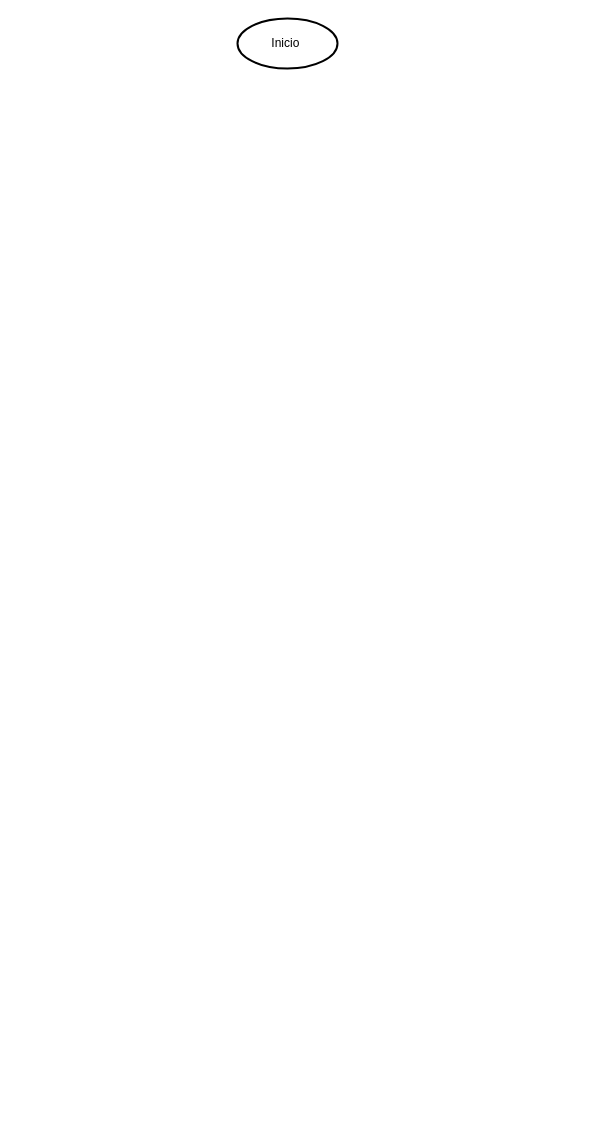
EllenNKulka/exerc-ciosCasoDeUso keeps this draw.io diagram as Projeto Aguia.drawio. Above is the earlier version. Source tidied: cells renumbered, new cells numbered last; positions are measured from the earlier drawing's top-left corner, leaving out a move shared by most shapes. Both pictures are drawn from the tidied source at 100%, with x=0, y=0 at pixel (237, 18).
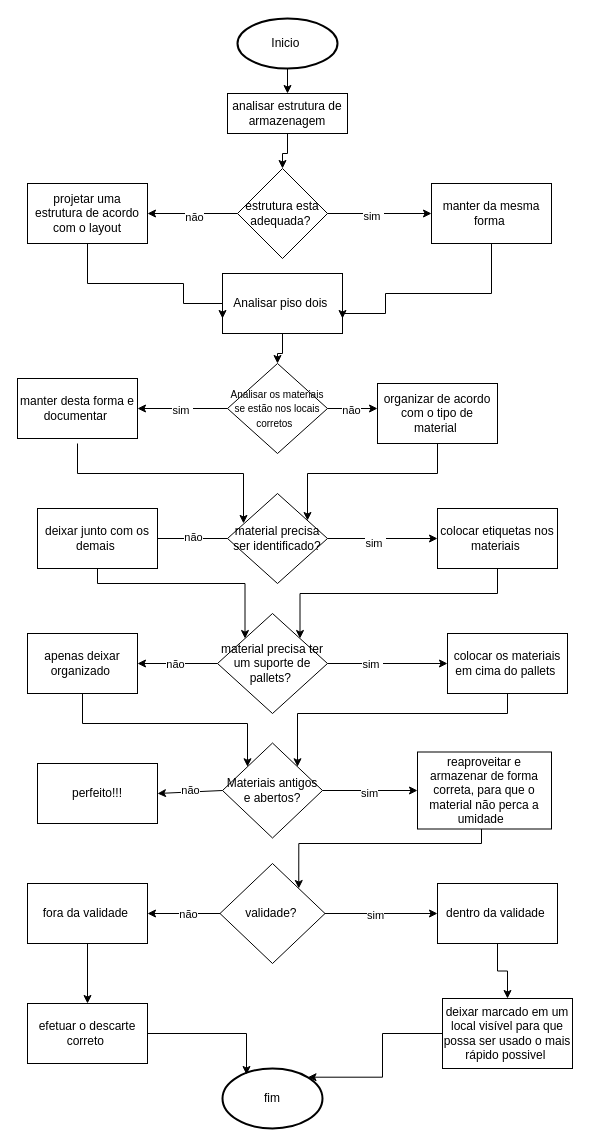
The same page after the edit.

Unchanged cells that the change refers to:
```xml
<mxCell id="2" value="Inicio&amp;nbsp;" style="strokeWidth=2;html=1;shape=mxgraph.flowchart.start_1;whiteSpace=wrap;" parent="1" vertex="1">
  <mxGeometry width="100" height="50" as="geometry" />
</mxCell>
```

What changed in the source:
```diff
@@
+    <mxCell id="3" style="edgeStyle=orthogonalEdgeStyle;rounded=0;jettySize=auto;html=1;entryX=0.5;entryY=0;entryDx=0;entryDy=0;" parent="1" edge="1" source="2" target="56">
+      <mxGeometry relative="1" as="geometry" />
+    </mxCell>
@@
+    <mxCell id="4" style="edgeStyle=orthogonalEdgeStyle;rounded=0;jettySize=auto;html=1;entryX=0.5;entryY=0;entryDx=0;entryDy=0;" parent="1" edge="1" source="5" target="6">
+      <mxGeometry relative="1" as="geometry" />
+    </mxCell>
+    <mxCell id="5" value="Analisar piso dois&amp;nbsp;" style="rounded=0;whiteSpace=wrap;html=1;" parent="1" vertex="1">
+      <mxGeometry x="-15" y="255" width="120" height="60" as="geometry" />
+    </mxCell>
+    <mxCell id="6" value="&lt;font style=&quot;font-size: 10px;&quot;&gt;Analisar os materiais se estão nos locais corretos&amp;nbsp;&amp;nbsp;&lt;/font&gt;" style="rhombus;whiteSpace=wrap;html=1;" parent="1" vertex="1">
+      <mxGeometry x="-10" y="345" width="100" height="90" as="geometry" />
+    </mxCell>
+    <mxCell id="7" style="endArrow=classic;html=1;rounded=0;" parent="1" edge="1" source="6">
+      <mxGeometry relative="1" as="geometry">
+        <mxPoint x="140" y="390" as="targetPoint" />
+      </mxGeometry>
+    </mxCell>
+    <mxCell id="8" value="não" style="edgeLabel;html=1;align=center;verticalAlign=middle;" parent="7" vertex="1">
+      <mxGeometry x="-0.09" y="-1" relative="1" as="geometry" />
+    </mxCell>
+    <mxCell id="9" style="endArrow=classic;html=1;rounded=0;exitX=0;exitY=0.5;exitDx=0;exitDy=0;entryX=1;entryY=0.5;entryDx=0;entryDy=0;" parent="1" edge="1" source="6" target="13">
+      <mxGeometry relative="1" as="geometry" />
+    </mxCell>
+    <mxCell id="10" value="sim&amp;nbsp;" style="edgeLabel;html=1;align=center;verticalAlign=middle;" parent="9" vertex="1">
+      <mxGeometry x="0.02" y="1" relative="1" as="geometry" />
+    </mxCell>
+    <mxCell id="11" style="edgeStyle=orthogonalEdgeStyle;rounded=0;jettySize=auto;html=1;" parent="1" edge="1" source="12" target="23">
+      <mxGeometry relative="1" as="geometry">
+        <Array as="points">
+          <mxPoint x="200" y="455" />
+          <mxPoint x="70" y="455" />
+        </Array>
+      </mxGeometry>
+    </mxCell>
+    <mxCell id="12" value="organizar de acordo com o tipo de material&amp;nbsp;" style="rounded=0;whiteSpace=wrap;html=1;" parent="1" vertex="1">
+      <mxGeometry x="140" y="365" width="120" height="60" as="geometry" />
+    </mxCell>
+    <mxCell id="13" value="manter desta forma e documentar&amp;nbsp;" style="rounded=0;whiteSpace=wrap;html=1;" parent="1" vertex="1">
+      <mxGeometry x="-220" y="360" width="120" height="60" as="geometry" />
+    </mxCell>
+    <mxCell id="14" value="material precisa ter um suporte de pallets?&amp;nbsp;" style="rhombus;whiteSpace=wrap;html=1;" parent="1" vertex="1">
+      <mxGeometry x="-20" y="595" width="110" height="100" as="geometry" />
+    </mxCell>
+    <mxCell id="15" style="endArrow=classic;html=1;rounded=0;exitX=1;exitY=0.5;exitDx=0;exitDy=0;entryX=0;entryY=0.5;entryDx=0;entryDy=0;" parent="1" edge="1" source="14" target="22">
+      <mxGeometry relative="1" as="geometry" />
+    </mxCell>
+    <mxCell id="16" value="sim&amp;nbsp;" style="edgeLabel;html=1;align=center;verticalAlign=middle;" parent="15" vertex="1">
+      <mxGeometry x="-0.26" relative="1" as="geometry" />
+    </mxCell>
+    <mxCell id="17" style="endArrow=classic;html=1;rounded=0;entryX=1;entryY=0.5;entryDx=0;entryDy=0;exitX=0;exitY=0.5;exitDx=0;exitDy=0;" parent="1" edge="1" source="14" target="20">
+      <mxGeometry relative="1" as="geometry" />
+    </mxCell>
+    <mxCell id="18" value="não" style="edgeLabel;html=1;align=center;verticalAlign=middle;" parent="17" vertex="1">
+      <mxGeometry x="0.08" y="5" relative="1" as="geometry">
+        <mxPoint y="-5" as="offset" />
+      </mxGeometry>
+    </mxCell>
+    <mxCell id="19" style="edgeStyle=orthogonalEdgeStyle;rounded=0;jettySize=auto;html=1;entryX=0;entryY=0;entryDx=0;entryDy=0;" parent="1" edge="1" source="20" target="33">
+      <mxGeometry relative="1" as="geometry">
+        <Array as="points">
+          <mxPoint x="-155" y="705" />
+          <mxPoint x="10" y="705" />
+        </Array>
+      </mxGeometry>
+    </mxCell>
+    <mxCell id="20" value="apenas deixar organizado&amp;nbsp;" style="rounded=0;whiteSpace=wrap;html=1;" parent="1" vertex="1">
+      <mxGeometry x="-210" y="615" width="110" height="60" as="geometry" />
+    </mxCell>
+    <mxCell id="21" style="edgeStyle=orthogonalEdgeStyle;rounded=0;jettySize=auto;html=1;entryX=1;entryY=0;entryDx=0;entryDy=0;" parent="1" edge="1" source="22" target="33">
+      <mxGeometry relative="1" as="geometry">
+        <Array as="points">
+          <mxPoint x="270" y="695" />
+          <mxPoint x="60" y="695" />
+        </Array>
+      </mxGeometry>
+    </mxCell>
+    <mxCell id="22" value="colocar os materiais em cima do pallets&amp;nbsp;" style="rounded=0;whiteSpace=wrap;html=1;" parent="1" vertex="1">
+      <mxGeometry x="210" y="615" width="120" height="60" as="geometry" />
+    </mxCell>
+    <mxCell id="23" value="material precisa ser identificado?" style="rhombus;whiteSpace=wrap;html=1;" parent="1" vertex="1">
+      <mxGeometry x="-10" y="475" width="100" height="90" as="geometry" />
+    </mxCell>
+    <mxCell id="24" style="edgeStyle=orthogonalEdgeStyle;rounded=0;jettySize=auto;html=1;entryX=0.16;entryY=0.333;entryDx=0;entryDy=0;entryPerimeter=0;" parent="1" edge="1" target="23">
+      <mxGeometry relative="1" as="geometry">
+        <mxPoint x="-160" y="425" as="sourcePoint" />
+        <Array as="points">
+          <mxPoint x="-160" y="455" />
+          <mxPoint x="6" y="455" />
+        </Array>
+      </mxGeometry>
+    </mxCell>
+    <mxCell id="25" style="endArrow=classic;html=1;rounded=0;exitX=1;exitY=0.5;exitDx=0;exitDy=0;" parent="1" edge="1" source="23">
+      <mxGeometry relative="1" as="geometry">
+        <mxPoint x="200" y="520" as="targetPoint" />
+      </mxGeometry>
+    </mxCell>
+    <mxCell id="26" value="sim&amp;nbsp;" style="edgeLabel;html=1;align=center;verticalAlign=middle;" parent="25" vertex="1">
+      <mxGeometry x="-0.15" y="-4" relative="1" as="geometry" />
+    </mxCell>
+    <mxCell id="27" style="endArrow=classic;html=1;rounded=0;exitX=0;exitY=0.5;exitDx=0;exitDy=0;" parent="1" edge="1" source="23">
+      <mxGeometry relative="1" as="geometry">
+        <mxPoint x="-90" y="520" as="targetPoint" />
+      </mxGeometry>
+    </mxCell>
+    <mxCell id="28" value="não" style="edgeLabel;html=1;align=center;verticalAlign=middle;" parent="27" vertex="1">
+      <mxGeometry x="-0.12" y="-2" relative="1" as="geometry" />
+    </mxCell>
+    <mxCell id="29" style="edgeStyle=orthogonalEdgeStyle;rounded=0;jettySize=auto;html=1;entryX=1;entryY=0;entryDx=0;entryDy=0;" parent="1" edge="1" source="30" target="14">
+      <mxGeometry relative="1" as="geometry">
+        <Array as="points">
+          <mxPoint x="260" y="575" />
+          <mxPoint x="63" y="575" />
+        </Array>
+      </mxGeometry>
+    </mxCell>
+    <mxCell id="30" value="colocar etiquetas nos materiais&amp;nbsp;" style="rounded=0;whiteSpace=wrap;html=1;" parent="1" vertex="1">
+      <mxGeometry x="200" y="490" width="120" height="60" as="geometry" />
+    </mxCell>
+    <mxCell id="31" style="edgeStyle=orthogonalEdgeStyle;rounded=0;jettySize=auto;html=1;entryX=0;entryY=0;entryDx=0;entryDy=0;" parent="1" edge="1" source="32" target="14">
+      <mxGeometry relative="1" as="geometry">
+        <Array as="points">
+          <mxPoint x="-140" y="565" />
+          <mxPoint x="8" y="565" />
+        </Array>
+      </mxGeometry>
+    </mxCell>
+    <mxCell id="32" value="deixar junto com os demais&amp;nbsp;" style="rounded=0;whiteSpace=wrap;html=1;" parent="1" vertex="1">
+      <mxGeometry x="-200" y="490" width="120" height="60" as="geometry" />
+    </mxCell>
+    <mxCell id="33" value="Materiais antigos e abertos?" style="rhombus;whiteSpace=wrap;html=1;" parent="1" vertex="1">
+      <mxGeometry x="-15" y="724.5" width="100" height="95" as="geometry" />
+    </mxCell>
+    <mxCell id="34" style="edgeStyle=orthogonalEdgeStyle;rounded=0;jettySize=auto;html=1;entryX=1;entryY=0;entryDx=0;entryDy=0;" parent="1" edge="1" source="35" target="41">
+      <mxGeometry relative="1" as="geometry">
+        <Array as="points">
+          <mxPoint x="244" y="825" />
+          <mxPoint x="61" y="825" />
+        </Array>
+      </mxGeometry>
+    </mxCell>
+    <mxCell id="35" value="reaproveitar e armazenar de forma correta, para que o material não perca a umidade&amp;nbsp;&amp;nbsp;" style="rounded=0;whiteSpace=wrap;html=1;" parent="1" vertex="1">
+      <mxGeometry x="180" y="733.5" width="134" height="77" as="geometry" />
+    </mxCell>
+    <mxCell id="36" style="endArrow=classic;html=1;rounded=0;exitX=1;exitY=0.5;exitDx=0;exitDy=0;entryX=0;entryY=0.5;entryDx=0;entryDy=0;" parent="1" edge="1" source="33" target="35">
+      <mxGeometry relative="1" as="geometry" />
+    </mxCell>
+    <mxCell id="37" value="sim" style="edgeLabel;html=1;align=center;verticalAlign=middle;" parent="36" vertex="1">
+      <mxGeometry x="-0.03" y="-2" relative="1" as="geometry" />
+    </mxCell>
+    <mxCell id="38" style="endArrow=classic;html=1;rounded=0;exitX=0;exitY=0.5;exitDx=0;exitDy=0;entryX=1;entryY=0.5;entryDx=0;entryDy=0;entryPerimeter=0;" parent="1" edge="1" source="33" target="40">
+      <mxGeometry relative="1" as="geometry" />
+    </mxCell>
+    <mxCell id="39" value="não" style="edgeLabel;html=1;align=center;verticalAlign=middle;" parent="38" vertex="1">
+      <mxGeometry x="0.02" y="4" relative="1" as="geometry">
+        <mxPoint y="-6" as="offset" />
+      </mxGeometry>
+    </mxCell>
+    <mxCell id="40" value="perfeito!!!" style="rounded=0;whiteSpace=wrap;html=1;" parent="1" vertex="1">
+      <mxGeometry x="-200" y="745" width="120" height="60" as="geometry" />
+    </mxCell>
+    <mxCell id="41" value="validade?&amp;nbsp;" style="rhombus;whiteSpace=wrap;html=1;" parent="1" vertex="1">
+      <mxGeometry x="-17.5" y="845" width="105" height="100" as="geometry" />
+    </mxCell>
+    <mxCell id="42" style="endArrow=classic;html=1;rounded=0;exitX=1;exitY=0.5;exitDx=0;exitDy=0;" parent="1" edge="1" source="41">
+      <mxGeometry relative="1" as="geometry">
+        <mxPoint x="200" y="895" as="targetPoint" />
+      </mxGeometry>
+    </mxCell>
+    <mxCell id="43" value="sim" style="edgeLabel;html=1;align=center;verticalAlign=middle;" parent="42" vertex="1">
+      <mxGeometry x="-0.12" y="-1" relative="1" as="geometry" />
+    </mxCell>
+    <mxCell id="44" style="edgeStyle=orthogonalEdgeStyle;rounded=0;jettySize=auto;html=1;" parent="1" edge="1" source="45" target="49">
+      <mxGeometry relative="1" as="geometry" />
+    </mxCell>
+    <mxCell id="45" value="dentro da validade&amp;nbsp;" style="rounded=0;whiteSpace=wrap;html=1;" parent="1" vertex="1">
+      <mxGeometry x="200" y="865" width="120" height="60" as="geometry" />
+    </mxCell>
+    <mxCell id="46" style="edgeStyle=orthogonalEdgeStyle;rounded=0;jettySize=auto;html=1;entryX=0.5;entryY=0;entryDx=0;entryDy=0;" parent="1" edge="1" source="47" target="48">
+      <mxGeometry relative="1" as="geometry" />
+    </mxCell>
+    <mxCell id="47" value="fora da validade&amp;nbsp;" style="rounded=0;whiteSpace=wrap;html=1;" parent="1" vertex="1">
+      <mxGeometry x="-210" y="865" width="120" height="60" as="geometry" />
+    </mxCell>
+    <mxCell id="48" value="efetuar o descarte correto&amp;nbsp;" style="rounded=0;whiteSpace=wrap;html=1;" parent="1" vertex="1">
+      <mxGeometry x="-210" y="985" width="120" height="60" as="geometry" />
+    </mxCell>
+    <mxCell id="49" value="deixar marcado em um local visível para que possa ser usado o mais rápido possivel&amp;nbsp;" style="rounded=0;whiteSpace=wrap;html=1;" parent="1" vertex="1">
+      <mxGeometry x="205" y="980" width="130" height="70" as="geometry" />
+    </mxCell>
+    <mxCell id="50" style="endArrow=classic;html=1;rounded=0;exitX=0;exitY=0.5;exitDx=0;exitDy=0;entryX=1;entryY=0.5;entryDx=0;entryDy=0;" parent="1" edge="1" source="41" target="47">
+      <mxGeometry relative="1" as="geometry" />
+    </mxCell>
+    <mxCell id="51" value="não" style="edgeLabel;html=1;align=center;verticalAlign=middle;" parent="50" vertex="1">
+      <mxGeometry x="-0.1" y="3" relative="1" as="geometry">
+        <mxPoint x="1" y="-3" as="offset" />
+      </mxGeometry>
+    </mxCell>
+    <mxCell id="52" value="fim" style="strokeWidth=2;html=1;shape=mxgraph.flowchart.start_1;whiteSpace=wrap;" parent="1" vertex="1">
+      <mxGeometry x="-15" y="1050" width="100" height="60" as="geometry" />
+    </mxCell>
+    <mxCell id="53" style="edgeStyle=orthogonalEdgeStyle;rounded=0;jettySize=auto;html=1;entryX=0.24;entryY=0.1;entryDx=0;entryDy=0;entryPerimeter=0;" parent="1" edge="1" source="48" target="52">
+      <mxGeometry relative="1" as="geometry" />
+    </mxCell>
+    <mxCell id="54" style="edgeStyle=orthogonalEdgeStyle;rounded=0;jettySize=auto;html=1;entryX=0.855;entryY=0.145;entryDx=0;entryDy=0;entryPerimeter=0;" parent="1" edge="1" source="49" target="52">
+      <mxGeometry relative="1" as="geometry" />
+    </mxCell>
+    <mxCell id="55" style="edgeStyle=orthogonalEdgeStyle;rounded=0;jettySize=auto;html=1;entryX=0.5;entryY=0;entryDx=0;entryDy=0;" parent="1" edge="1" source="56" target="57">
+      <mxGeometry relative="1" as="geometry" />
+    </mxCell>
+    <mxCell id="56" value="analisar estrutura de armazenagem" style="rounded=0;whiteSpace=wrap;html=1;" parent="1" vertex="1">
+      <mxGeometry x="-10" y="75" width="120" height="40" as="geometry" />
+    </mxCell>
+    <mxCell id="57" value="estrutura esta adequada?&amp;nbsp;" style="rhombus;whiteSpace=wrap;html=1;" parent="1" vertex="1">
+      <mxGeometry y="150" width="90" height="90" as="geometry" />
+    </mxCell>
+    <mxCell id="58" style="endArrow=classic;html=1;rounded=0;exitX=1;exitY=0.5;exitDx=0;exitDy=0;entryX=0;entryY=0.5;entryDx=0;entryDy=0;" parent="1" edge="1" source="57" target="63">
+      <mxGeometry relative="1" as="geometry" />
+    </mxCell>
+    <mxCell id="59" value="sim&amp;nbsp;" style="edgeLabel;html=1;align=center;verticalAlign=middle;" parent="58" vertex="1">
+      <mxGeometry x="-0.13" y="-2" relative="1" as="geometry" />
+    </mxCell>
+    <mxCell id="60" style="endArrow=classic;html=1;rounded=0;exitX=0;exitY=0.5;exitDx=0;exitDy=0;entryX=1;entryY=0.5;entryDx=0;entryDy=0;" parent="1" edge="1" source="57" target="65">
+      <mxGeometry relative="1" as="geometry" />
+    </mxCell>
+    <mxCell id="61" value="não" style="edgeLabel;html=1;align=center;verticalAlign=middle;" parent="60" vertex="1">
+      <mxGeometry x="-0.02" y="3" relative="1" as="geometry" />
+    </mxCell>
+    <mxCell id="62" style="edgeStyle=orthogonalEdgeStyle;rounded=0;jettySize=auto;html=1;entryX=1;entryY=0.75;entryDx=0;entryDy=0;" parent="1" edge="1" source="63" target="5">
+      <mxGeometry relative="1" as="geometry">
+        <Array as="points">
+          <mxPoint x="254" y="275" />
+          <mxPoint x="148" y="275" />
+          <mxPoint x="148" y="295" />
+          <mxPoint x="105" y="295" />
+        </Array>
+      </mxGeometry>
+    </mxCell>
+    <mxCell id="63" value="manter da mesma forma&amp;nbsp;" style="rounded=0;whiteSpace=wrap;html=1;" parent="1" vertex="1">
+      <mxGeometry x="194" y="165" width="120" height="60" as="geometry" />
+    </mxCell>
+    <mxCell id="64" style="edgeStyle=orthogonalEdgeStyle;rounded=0;jettySize=auto;html=1;entryX=0;entryY=0.75;entryDx=0;entryDy=0;" parent="1" edge="1" source="65" target="5">
+      <mxGeometry relative="1" as="geometry">
+        <Array as="points">
+          <mxPoint x="-150" y="265" />
+          <mxPoint x="-54" y="265" />
+          <mxPoint x="-54" y="285" />
+          <mxPoint x="-15" y="285" />
+        </Array>
+      </mxGeometry>
+    </mxCell>
+    <mxCell id="65" value="projetar uma estrutura de acordo com o layout" style="rounded=0;whiteSpace=wrap;html=1;" parent="1" vertex="1">
+      <mxGeometry x="-210" y="165" width="120" height="60" as="geometry" />
+    </mxCell>
```
